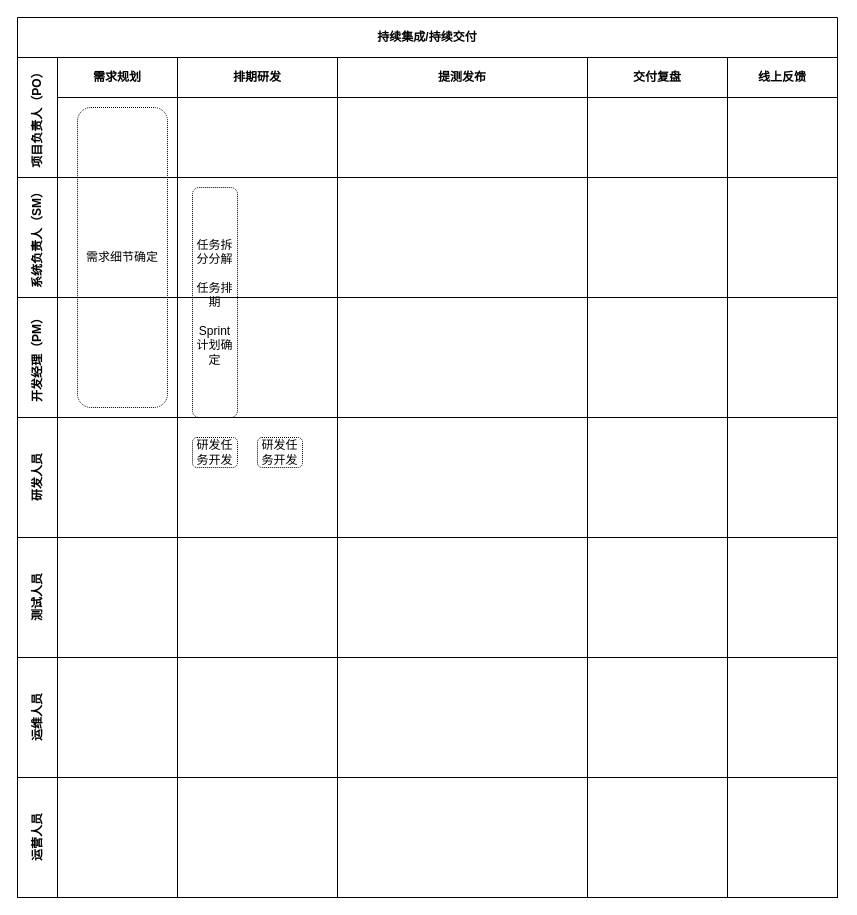
Earlier version of the draw.io diagram 持续集成交付过程.drawio (xinyimq/yixinwork). Source tidied: cells renumbered, new cells numbered last; positions are measured from the earlier drawing's top-left corner, leaving out a move shared by most shapes. Both pictures are drawn from the tidied source at 100%, with x=0, y=0 at pixel (17, 17).
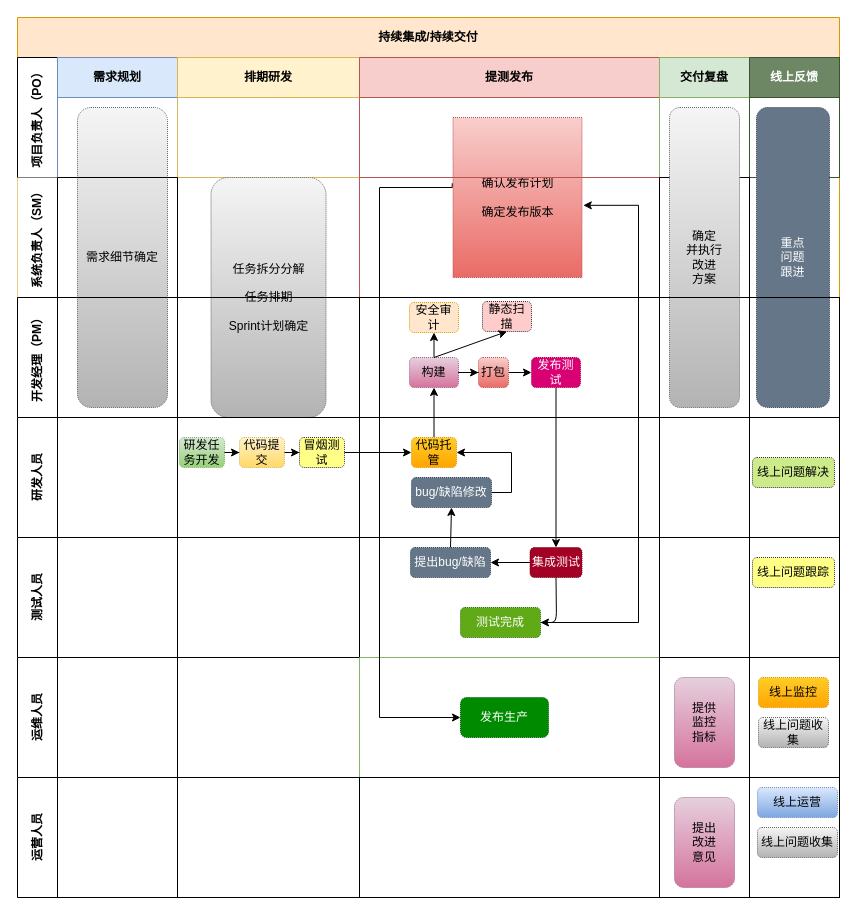
The same diagram, later.

Commit message (it also covers changes not shown here):
Update 持续集成交付过程.drawio

Change to the diagram source:
```diff
@@
-    <mxCell id="2" value="持续集成/持续交付" style="shape=table;childLayout=tableLayout;rowLines=0;columnLines=0;startSize=40;html=1;whiteSpace=wrap;fontStyle=1;align=center;" parent="1" vertex="1">
-      <mxGeometry width="820" height="880" as="geometry" />
+    <mxCell id="2" value="持续集成/持续交付" style="shape=table;childLayout=tableLayout;rowLines=0;columnLines=0;startSize=40;html=1;whiteSpace=wrap;fontStyle=1;align=center;fillColor=#ffe6cc;strokeColor=#d79b00;" parent="1" vertex="1">
+      <mxGeometry width="822" height="880" as="geometry" />
     </mxCell>
     <mxCell id="3" value="项目负责人（PO）" style="swimlane;horizontal=0;startSize=40;html=1;whiteSpace=wrap;fontStyle=1;" parent="2" vertex="1">
-      <mxGeometry y="40" width="820" height="120" as="geometry" />
+      <mxGeometry y="40" width="822" height="120" as="geometry" />
     </mxCell>
-    <mxCell id="4" value="需求规划" style="swimlane;startSize=40;html=1;whiteSpace=wrap;" parent="3" vertex="1">
+    <mxCell id="4" value="需求规划" style="swimlane;startSize=40;html=1;whiteSpace=wrap;fillColor=#dae8fc;strokeColor=#6c8ebf;" parent="3" vertex="1">
       <mxGeometry x="40" width="120" height="120" as="geometry" />
     </mxCell>
-    <mxCell id="5" value="需求细节确定" style="rounded=1;whiteSpace=wrap;html=1;dashed=1;dashPattern=1 1;align=center;" parent="4" vertex="1">
+    <mxCell id="5" value="需求细节确定" style="rounded=1;whiteSpace=wrap;html=1;dashed=1;dashPattern=1 1;align=center;fillColor=#f5f5f5;strokeColor=#666666;gradientColor=#b3b3b3;" parent="4" vertex="1">
       <mxGeometry x="20" y="50" width="90" height="300" as="geometry" />
     </mxCell>
-    <mxCell id="6" value="排期研发" style="swimlane;startSize=40;html=1;whiteSpace=wrap;" parent="3" vertex="1">
-      <mxGeometry x="160" width="160" height="120" as="geometry" />
+    <mxCell id="6" value="排期研发" style="swimlane;startSize=40;html=1;whiteSpace=wrap;fillColor=#fff2cc;strokeColor=#d6b656;" parent="3" vertex="1">
+      <mxGeometry x="160" width="182" height="120" as="geometry" />
     </mxCell>
-    <mxCell id="7" value="提测发布" style="swimlane;startSize=40;html=1;whiteSpace=wrap;" parent="3" vertex="1">
-      <mxGeometry x="320" width="250" height="120" as="geometry" />
+    <mxCell id="7" value="提测发布" style="swimlane;startSize=40;html=1;whiteSpace=wrap;fillColor=#f8cecc;strokeColor=#b85450;" parent="3" vertex="1">
+      <mxGeometry x="342" width="300" height="120" as="geometry" />
     </mxCell>
+    <mxCell id="49" value="确认发布计划&lt;br&gt;&lt;br&gt;确定发布版本" style="rounded=0;whiteSpace=wrap;html=1;glass=0;dashed=1;dashPattern=1 1;strokeColor=#b85450;fillColor=#f8cecc;gradientColor=#ea6b66;" parent="7" vertex="1">
+      <mxGeometry x="93.5" y="60" width="129" height="160" as="geometry" />
+    </mxCell>
-    <mxCell id="8" value="交付复盘" style="swimlane;startSize=40;html=1;whiteSpace=wrap;" parent="3" vertex="1">
-      <mxGeometry x="570" width="140" height="120" as="geometry" />
+    <mxCell id="8" value="交付复盘" style="swimlane;startSize=40;html=1;whiteSpace=wrap;fillColor=#d5e8d4;strokeColor=#82b366;" parent="3" vertex="1">
+      <mxGeometry x="642" width="90" height="120" as="geometry" />
     </mxCell>
-    <mxCell id="9" value="线上反馈" style="swimlane;startSize=40;html=1;whiteSpace=wrap;" parent="3" vertex="1">
-      <mxGeometry x="710" width="110" height="120" as="geometry" />
+    <mxCell id="9" value="线上反馈" style="swimlane;startSize=40;html=1;whiteSpace=wrap;fillColor=#6d8764;strokeColor=#3A5431;fontColor=#ffffff;" parent="3" vertex="1">
+      <mxGeometry x="732" width="90" height="120" as="geometry" />
     </mxCell>
-    <mxCell id="10" value="系统负责人（SM）" style="swimlane;horizontal=0;startSize=40;html=1;whiteSpace=wrap;" parent="2" vertex="1">
-      <mxGeometry y="160" width="820" height="120" as="geometry" />
+    <mxCell id="10" value="系统负责人（SM）" style="swimlane;horizontal=0;startSize=40;html=1;whiteSpace=wrap;strokeColor=none;" parent="2" vertex="1">
+      <mxGeometry y="160" width="822" height="120" as="geometry" />
     </mxCell>
@@
     <mxCell id="12" style="swimlane;startSize=0;html=1;whiteSpace=wrap;strokeColor=none;" parent="10" vertex="1">
-      <mxGeometry x="160" width="160" height="120" as="geometry" />
+      <mxGeometry x="160" width="182" height="120" as="geometry" />
     </mxCell>
-    <mxCell id="13" value="任务拆分分解&lt;br&gt;&lt;br&gt;任务排期&lt;br&gt;&lt;br&gt;Sprint计划确定" style="rounded=1;whiteSpace=wrap;html=1;dashed=1;dashPattern=1 1;align=center;" parent="12" vertex="1">
-      <mxGeometry x="15" y="10" width="45" height="230" as="geometry" />
+    <mxCell id="13" value="任务拆分分解&lt;br&gt;&lt;br&gt;任务排期&lt;br&gt;&lt;br&gt;Sprint计划确定" style="rounded=1;whiteSpace=wrap;html=1;dashed=1;dashPattern=1 1;align=center;gradientColor=#b3b3b3;fillColor=#f5f5f5;strokeColor=#666666;" parent="12" vertex="1">
+      <mxGeometry x="33.5" width="115" height="240" as="geometry" />
     </mxCell>
-    <mxCell id="14" style="swimlane;startSize=0;html=1;whiteSpace=wrap;" parent="10" vertex="1">
-      <mxGeometry x="320" width="250" height="120" as="geometry" />
+    <mxCell id="14" style="swimlane;startSize=0;html=1;whiteSpace=wrap;gradientColor=#ea6b66;gradientDirection=north;fillColor=#f8cecc;strokeColor=#b85450;" parent="10" vertex="1">
+      <mxGeometry x="342" width="300" height="120" as="geometry" />
     </mxCell>
     <mxCell id="15" style="swimlane;startSize=0;html=1;whiteSpace=wrap;" parent="10" vertex="1">
-      <mxGeometry x="570" width="140" height="120" as="geometry" />
+      <mxGeometry x="642" width="90" height="120" as="geometry" />
     </mxCell>
+    <mxCell id="50" value="确定&lt;br&gt;并执行&lt;br&gt;改进&lt;br&gt;方案" style="rounded=1;whiteSpace=wrap;html=1;dashed=1;dashPattern=1 1;align=center;fillColor=#f5f5f5;strokeColor=#666666;gradientColor=#b3b3b3;" parent="15" vertex="1">
+      <mxGeometry x="10" y="-70" width="70" height="300" as="geometry" />
+    </mxCell>
     <mxCell id="16" style="swimlane;startSize=0;html=1;whiteSpace=wrap;strokeColor=none;" parent="10" vertex="1">
-      <mxGeometry x="710" width="110" height="120" as="geometry" />
+      <mxGeometry x="732" width="90" height="120" as="geometry" />
     </mxCell>
+    <mxCell id="51" value="重点&lt;br&gt;问题&lt;br&gt;跟进" style="rounded=1;whiteSpace=wrap;html=1;dashed=1;dashPattern=1 1;align=center;fillColor=#647687;strokeColor=#314354;fontColor=#ffffff;" parent="16" vertex="1">
+      <mxGeometry x="7" y="-70" width="73" height="300" as="geometry" />
+    </mxCell>
+    <mxCell id="52" style="edgeStyle=orthogonalEdgeStyle;rounded=0;jettySize=auto;html=1;entryX=0.5;entryY=1;entryDx=0;entryDy=0;" parent="2" edge="1" source="69" target="56">
+      <mxGeometry relative="1" as="geometry" />
+    </mxCell>
+    <mxCell id="53" style="edgeStyle=orthogonalEdgeStyle;rounded=0;jettySize=auto;html=1;" parent="2" edge="1" source="65" target="75">
+      <mxGeometry relative="1" as="geometry" />
+    </mxCell>
+    <mxCell id="54" style="endArrow=classic;html=1;exitX=0.5;exitY=0;exitDx=0;exitDy=0;entryX=0.5;entryY=1;entryDx=0;entryDy=0;" parent="2" edge="1" source="76" target="71">
+      <mxGeometry relative="1" as="geometry" />
+    </mxCell>
+    <mxCell id="55" style="edgeStyle=orthogonalEdgeStyle;rounded=0;jettySize=auto;html=1;exitX=1;exitY=0.5;exitDx=0;exitDy=0;entryX=1.01;entryY=0.549;entryDx=0;entryDy=0;entryPerimeter=0;" parent="2" edge="1" source="77" target="49">
+      <mxGeometry relative="1" as="geometry">
+        <Array as="points">
+          <mxPoint x="621" y="605" />
+          <mxPoint x="621" y="188" />
+        </Array>
+      </mxGeometry>
+    </mxCell>
     <mxCell id="17" value="开发经理（PM）" style="swimlane;horizontal=0;startSize=40;html=1;whiteSpace=wrap;" parent="2" vertex="1">
-      <mxGeometry y="280" width="820" height="120" as="geometry" />
+      <mxGeometry y="280" width="822" height="120" as="geometry" />
     </mxCell>
@@
     <mxCell id="19" style="swimlane;startSize=0;html=1;whiteSpace=wrap;swimlaneFillColor=none;gradientDirection=south;gradientColor=#FFFFFF;glass=0;strokeColor=none;rounded=0;horizontal=1;separatorColor=#FFFFFF;noLabel=0;direction=south;" parent="17" vertex="1">
-      <mxGeometry x="160" width="160" height="120" as="geometry" />
+      <mxGeometry x="160" width="182" height="120" as="geometry" />
     </mxCell>
     <mxCell id="20" style="swimlane;startSize=0;html=1;whiteSpace=wrap;" parent="17" vertex="1">
-      <mxGeometry x="320" width="250" height="120" as="geometry" />
+      <mxGeometry x="342" width="300" height="120" as="geometry" />
     </mxCell>
+    <mxCell id="56" value="构建" style="rounded=1;whiteSpace=wrap;html=1;glass=0;dashed=1;dashPattern=1 1;strokeColor=#996185;fillColor=#e6d0de;gradientColor=#d5739d;" parent="20" vertex="1">
+      <mxGeometry x="50" y="60" width="49" height="30" as="geometry" />
+    </mxCell>
+    <mxCell id="57" style="edgeStyle=orthogonalEdgeStyle;rounded=0;jettySize=auto;html=1;exitX=1;exitY=0.5;exitDx=0;exitDy=0;entryX=0;entryY=0.5;entryDx=0;entryDy=0;" parent="20" edge="1" source="58" target="65">
+      <mxGeometry relative="1" as="geometry" />
+    </mxCell>
+    <mxCell id="58" value="打包" style="rounded=1;whiteSpace=wrap;html=1;glass=0;dashed=1;dashPattern=1 1;strokeColor=#b85450;fillColor=#f8cecc;gradientColor=#ea6b66;" parent="20" vertex="1">
+      <mxGeometry x="119" y="60" width="30" height="30" as="geometry" />
+    </mxCell>
+    <mxCell id="59" style="edgeStyle=orthogonalEdgeStyle;rounded=0;jettySize=auto;html=1;" parent="20" edge="1" source="56" target="58">
+      <mxGeometry relative="1" as="geometry" />
+    </mxCell>
+    <mxCell id="60" style="edgeStyle=orthogonalEdgeStyle;rounded=0;orthogonalLoop=1;jettySize=auto;html=1;exitX=0.5;exitY=1;exitDx=0;exitDy=0;" parent="20" edge="1" source="58" target="58">
+      <mxGeometry relative="1" as="geometry" />
+    </mxCell>
+    <mxCell id="61" value="安全审计" style="rounded=1;whiteSpace=wrap;html=1;glass=0;dashed=1;dashPattern=1 1;strokeColor=#d79b00;fillColor=#ffe6cc;" parent="20" vertex="1">
+      <mxGeometry x="50" y="5" width="49" height="30" as="geometry" />
+    </mxCell>
+    <mxCell id="62" value="静态扫描" style="rounded=1;whiteSpace=wrap;html=1;glass=0;dashed=1;dashPattern=1 1;strokeColor=#36393d;fillColor=#ffcccc;" parent="20" vertex="1">
+      <mxGeometry x="123" y="4" width="49" height="30" as="geometry" />
+    </mxCell>
+    <mxCell id="63" style="endArrow=classic;html=1;exitX=0.5;exitY=0;exitDx=0;exitDy=0;entryX=0.5;entryY=1;entryDx=0;entryDy=0;" parent="20" edge="1" source="56" target="61">
+      <mxGeometry relative="1" as="geometry" />
+    </mxCell>
+    <mxCell id="64" style="endArrow=classic;html=1;exitX=0.5;exitY=0;exitDx=0;exitDy=0;entryX=0.5;entryY=1;entryDx=0;entryDy=0;" parent="20" edge="1" source="56" target="62">
+      <mxGeometry relative="1" as="geometry" />
+    </mxCell>
+    <mxCell id="65" value="发布测试" style="rounded=1;whiteSpace=wrap;html=1;glass=0;dashed=1;dashPattern=1 1;strokeColor=#A50040;fillColor=#d80073;fontColor=#ffffff;" parent="20" vertex="1">
+      <mxGeometry x="172" y="60" width="49" height="30" as="geometry" />
+    </mxCell>
     <mxCell id="21" style="swimlane;startSize=0;html=1;whiteSpace=wrap;" parent="17" vertex="1">
-      <mxGeometry x="570" width="140" height="120" as="geometry" />
+      <mxGeometry x="642" width="90" height="120" as="geometry" />
     </mxCell>
     <mxCell id="22" style="swimlane;startSize=0;html=1;whiteSpace=wrap;" parent="17" vertex="1">
-      <mxGeometry x="710" width="110" height="120" as="geometry" />
+      <mxGeometry x="732" width="90" height="120" as="geometry" />
     </mxCell>
     <mxCell id="23" value="研发人员" style="swimlane;horizontal=0;startSize=40;html=1;whiteSpace=wrap;" parent="2" vertex="1">
-      <mxGeometry y="400" width="820" height="120" as="geometry" />
+      <mxGeometry y="400" width="822" height="120" as="geometry" />
     </mxCell>
@@
     <mxCell id="25" style="swimlane;startSize=0;html=1;whiteSpace=wrap;" parent="23" vertex="1">
-      <mxGeometry x="160" width="160" height="120" as="geometry" />
+      <mxGeometry x="160" width="182" height="120" as="geometry" />
     </mxCell>
+    <mxCell id="66" style="edgeStyle=orthogonalEdgeStyle;rounded=0;jettySize=auto;html=1;" parent="25" edge="1" source="26" target="27">
+      <mxGeometry relative="1" as="geometry" />
+    </mxCell>
-    <mxCell id="26" value="研发任务开发" style="rounded=1;whiteSpace=wrap;html=1;dashed=1;dashPattern=1 1;strokeColor=#000000;" parent="25" vertex="1">
-      <mxGeometry x="15" y="20" width="45" height="30" as="geometry" />
+    <mxCell id="26" value="研发任务开发" style="rounded=1;whiteSpace=wrap;html=1;dashed=1;dashPattern=1 1;strokeColor=#82b366;gradientColor=#97d077;fillColor=#d5e8d4;" parent="25" vertex="1">
+      <mxGeometry x="2" y="20" width="45" height="30" as="geometry" />
     </mxCell>
+    <mxCell id="67" style="edgeStyle=orthogonalEdgeStyle;rounded=0;jettySize=auto;html=1;entryX=0;entryY=0.5;entryDx=0;entryDy=0;" parent="25" edge="1" source="27" target="68">
+      <mxGeometry relative="1" as="geometry" />
+    </mxCell>
-    <mxCell id="27" value="研发任务开发" style="rounded=1;whiteSpace=wrap;html=1;dashed=1;dashPattern=1 1;strokeColor=#000000;" parent="25" vertex="1">
-      <mxGeometry x="80" y="20" width="45" height="30" as="geometry" />
+    <mxCell id="27" value="代码提交" style="rounded=1;whiteSpace=wrap;html=1;dashed=1;dashPattern=1 1;strokeColor=#d6b656;gradientColor=#ffd966;fillColor=#fff2cc;" parent="25" vertex="1">
+      <mxGeometry x="62" y="20" width="45" height="30" as="geometry" />
     </mxCell>
+    <mxCell id="68" value="冒烟测试" style="rounded=1;whiteSpace=wrap;html=1;dashed=1;dashPattern=1 1;strokeColor=#36393d;fillColor=#ffff88;" parent="25" vertex="1">
+      <mxGeometry x="122" y="20" width="45" height="30" as="geometry" />
+    </mxCell>
     <mxCell id="28" style="swimlane;startSize=0;html=1;whiteSpace=wrap;" parent="23" vertex="1">
-      <mxGeometry x="320" width="250" height="120" as="geometry" />
+      <mxGeometry x="342" width="300" height="120" as="geometry" />
     </mxCell>
+    <mxCell id="69" value="代码托管" style="rounded=1;whiteSpace=wrap;html=1;dashed=1;dashPattern=1 1;strokeColor=#d79b00;gradientColor=#ffa500;fillColor=#ffcd28;" parent="28" vertex="1">
+      <mxGeometry x="52" y="20" width="45" height="30" as="geometry" />
+    </mxCell>
+    <mxCell id="70" style="edgeStyle=orthogonalEdgeStyle;rounded=0;jettySize=auto;html=1;entryX=1;entryY=0.5;entryDx=0;entryDy=0;exitX=1;exitY=0.5;exitDx=0;exitDy=0;" parent="28" edge="1" source="71" target="69">
+      <mxGeometry relative="1" as="geometry" />
+    </mxCell>
+    <mxCell id="71" value="bug/缺陷修改" style="rounded=1;whiteSpace=wrap;html=1;glass=0;dashed=1;dashPattern=1 1;strokeColor=#314354;fillColor=#647687;fontColor=#ffffff;" parent="28" vertex="1">
+      <mxGeometry x="52" y="60" width="80" height="30" as="geometry" />
+    </mxCell>
     <mxCell id="29" style="swimlane;startSize=0;html=1;whiteSpace=wrap;" parent="23" vertex="1">
-      <mxGeometry x="570" width="140" height="120" as="geometry" />
+      <mxGeometry x="642" width="90" height="120" as="geometry" />
     </mxCell>
     <mxCell id="30" style="swimlane;startSize=0;html=1;whiteSpace=wrap;" parent="23" vertex="1">
-      <mxGeometry x="710" width="110" height="120" as="geometry" />
+      <mxGeometry x="732" width="90" height="120" as="geometry" />
     </mxCell>
+    <mxCell id="72" value="线上问题解决" style="rounded=1;whiteSpace=wrap;html=1;glass=0;dashed=1;dashPattern=1 1;strokeColor=#36393d;fillColor=#cdeb8b;" parent="30" vertex="1">
+      <mxGeometry x="3" y="40" width="82" height="30" as="geometry" />
+    </mxCell>
+    <mxCell id="73" style="edgeStyle=orthogonalEdgeStyle;rounded=0;jettySize=auto;html=1;exitX=1;exitY=0.5;exitDx=0;exitDy=0;entryX=0;entryY=0.5;entryDx=0;entryDy=0;" parent="23" edge="1" source="68" target="69">
+      <mxGeometry relative="1" as="geometry" />
+    </mxCell>
     <mxCell id="31" value="测试人员" style="swimlane;horizontal=0;startSize=40;html=1;whiteSpace=wrap;" parent="2" vertex="1">
-      <mxGeometry y="520" width="820" height="120" as="geometry" />
+      <mxGeometry y="520" width="822" height="120" as="geometry" />
     </mxCell>
@@
     <mxCell id="33" style="swimlane;startSize=0;html=1;whiteSpace=wrap;" parent="31" vertex="1">
-      <mxGeometry x="160" width="160" height="120" as="geometry" />
+      <mxGeometry x="160" width="182" height="120" as="geometry" />
     </mxCell>
     <mxCell id="34" style="swimlane;startSize=0;html=1;whiteSpace=wrap;" parent="31" vertex="1">
-      <mxGeometry x="320" width="250" height="120" as="geometry" />
+      <mxGeometry x="342" width="300" height="120" as="geometry" />
     </mxCell>
+    <mxCell id="74" style="edgeStyle=orthogonalEdgeStyle;rounded=0;jettySize=auto;html=1;entryX=1;entryY=0.5;entryDx=0;entryDy=0;" parent="34" edge="1" source="75" target="76">
+      <mxGeometry relative="1" as="geometry" />
+    </mxCell>
+    <mxCell id="75" value="集成测试" style="rounded=1;whiteSpace=wrap;html=1;glass=0;dashed=1;dashPattern=1 1;strokeColor=#6F0000;fillColor=#a20025;fontColor=#ffffff;" parent="34" vertex="1">
+      <mxGeometry x="170.5" y="10" width="52" height="30" as="geometry" />
+    </mxCell>
+    <mxCell id="76" value="提出bug/缺陷" style="rounded=1;whiteSpace=wrap;html=1;glass=0;dashed=1;dashPattern=1 1;strokeColor=#314354;fillColor=#647687;fontColor=#ffffff;" parent="34" vertex="1">
+      <mxGeometry x="51" y="10" width="80" height="30" as="geometry" />
+    </mxCell>
+    <mxCell id="77" value="测试完成" style="rounded=1;whiteSpace=wrap;html=1;glass=0;dashed=1;dashPattern=1 1;strokeColor=#2D7600;fillColor=#60a917;fontColor=#ffffff;" parent="34" vertex="1">
+      <mxGeometry x="101" y="70" width="80" height="30" as="geometry" />
+    </mxCell>
+    <mxCell id="78" style="endArrow=classic;html=1;exitX=0.5;exitY=1;exitDx=0;exitDy=0;entryX=1;entryY=0.5;entryDx=0;entryDy=0;" parent="34" edge="1" source="75" target="77">
+      <mxGeometry relative="1" as="geometry">
+        <Array as="points">
+          <mxPoint x="197" y="85" />
+        </Array>
+      </mxGeometry>
+    </mxCell>
     <mxCell id="35" style="swimlane;startSize=0;html=1;whiteSpace=wrap;" parent="31" vertex="1">
-      <mxGeometry x="570" width="140" height="120" as="geometry" />
+      <mxGeometry x="642" width="90" height="120" as="geometry" />
     </mxCell>
     <mxCell id="36" style="swimlane;startSize=0;html=1;whiteSpace=wrap;" parent="31" vertex="1">
-      <mxGeometry x="710" width="110" height="120" as="geometry" />
+      <mxGeometry x="732" width="90" height="120" as="geometry" />
     </mxCell>
+    <mxCell id="79" value="线上问题跟踪" style="rounded=1;whiteSpace=wrap;html=1;glass=0;dashed=1;dashPattern=1 1;strokeColor=#36393d;fillColor=#ffff88;" parent="36" vertex="1">
+      <mxGeometry x="3" y="20" width="82" height="30" as="geometry" />
+    </mxCell>
     <mxCell id="37" value="运维人员" style="swimlane;horizontal=0;startSize=40;html=1;whiteSpace=wrap;" parent="2" vertex="1">
-      <mxGeometry y="640" width="820" height="120" as="geometry" />
+      <mxGeometry y="640" width="822" height="120" as="geometry" />
     </mxCell>
@@
     <mxCell id="39" style="swimlane;startSize=0;html=1;whiteSpace=wrap;" parent="37" vertex="1">
-      <mxGeometry x="160" width="160" height="120" as="geometry" />
+      <mxGeometry x="160" width="182" height="120" as="geometry" />
     </mxCell>
-    <mxCell id="40" style="swimlane;startSize=0;html=1;whiteSpace=wrap;" parent="37" vertex="1">
-      <mxGeometry x="320" width="250" height="120" as="geometry" />
+    <mxCell id="40" style="swimlane;startSize=0;html=1;whiteSpace=wrap;gradientColor=#97d077;fillColor=#d5e8d4;strokeColor=#82b366;" parent="37" vertex="1">
+      <mxGeometry x="342" width="300" height="120" as="geometry" />
     </mxCell>
+    <mxCell id="80" value="发布生产" style="rounded=1;whiteSpace=wrap;html=1;glass=0;dashed=1;dashPattern=1 1;strokeColor=#005700;fillColor=#008a00;fontColor=#ffffff;" parent="40" vertex="1">
+      <mxGeometry x="101" y="40" width="88" height="40" as="geometry" />
+    </mxCell>
     <mxCell id="41" style="swimlane;startSize=0;html=1;whiteSpace=wrap;" parent="37" vertex="1">
-      <mxGeometry x="570" width="140" height="120" as="geometry" />
+      <mxGeometry x="642" width="90" height="120" as="geometry" />
     </mxCell>
+    <mxCell id="81" value="提供&lt;br&gt;监控&lt;br&gt;指标" style="rounded=1;whiteSpace=wrap;html=1;glass=0;dashed=1;dashPattern=1 1;strokeColor=#996185;fillColor=#e6d0de;gradientColor=#d5739d;" parent="41" vertex="1">
+      <mxGeometry x="15" y="20" width="60" height="90" as="geometry" />
+    </mxCell>
     <mxCell id="42" style="swimlane;startSize=0;html=1;whiteSpace=wrap;" parent="37" vertex="1">
-      <mxGeometry x="710" width="110" height="120" as="geometry" />
+      <mxGeometry x="732" width="90" height="120" as="geometry" />
     </mxCell>
+    <mxCell id="82" value="线上监控" style="rounded=1;whiteSpace=wrap;html=1;glass=0;dashed=1;dashPattern=1 1;strokeColor=#d79b00;fillColor=#ffcd28;gradientColor=#ffa500;" parent="42" vertex="1">
+      <mxGeometry x="9" y="20" width="70" height="30" as="geometry" />
+    </mxCell>
+    <mxCell id="83" value="线上问题收集" style="rounded=1;whiteSpace=wrap;html=1;glass=0;dashed=1;dashPattern=1 1;strokeColor=#666666;fillColor=#f5f5f5;gradientColor=#b3b3b3;" parent="42" vertex="1">
+      <mxGeometry x="9" y="60" width="70" height="30" as="geometry" />
+    </mxCell>
     <mxCell id="43" value="运营人员" style="swimlane;horizontal=0;startSize=40;html=1;whiteSpace=wrap;" parent="2" vertex="1">
-      <mxGeometry y="760" width="820" height="120" as="geometry" />
+      <mxGeometry y="760" width="822" height="120" as="geometry" />
     </mxCell>
@@
     <mxCell id="45" style="swimlane;startSize=0;html=1;whiteSpace=wrap;" parent="43" vertex="1">
-      <mxGeometry x="160" width="160" height="120" as="geometry" />
+      <mxGeometry x="160" width="182" height="120" as="geometry" />
     </mxCell>
     <mxCell id="46" style="swimlane;startSize=0;html=1;whiteSpace=wrap;" parent="43" vertex="1">
-      <mxGeometry x="320" width="250" height="120" as="geometry" />
+      <mxGeometry x="342" width="300" height="120" as="geometry" />
     </mxCell>
     <mxCell id="47" style="swimlane;startSize=0;html=1;whiteSpace=wrap;" parent="43" vertex="1">
-      <mxGeometry x="570" width="140" height="120" as="geometry" />
+      <mxGeometry x="642" width="90" height="120" as="geometry" />
     </mxCell>
+    <mxCell id="84" value="提出&lt;br&gt;改进&lt;br&gt;意见" style="rounded=1;whiteSpace=wrap;html=1;glass=0;dashed=1;dashPattern=1 1;strokeColor=#996185;fillColor=#e6d0de;gradientColor=#d5739d;" parent="47" vertex="1">
+      <mxGeometry x="15" y="20" width="60" height="90" as="geometry" />
+    </mxCell>
     <mxCell id="48" style="swimlane;startSize=0;html=1;whiteSpace=wrap;" parent="43" vertex="1">
-      <mxGeometry x="710" width="110" height="120" as="geometry" />
+      <mxGeometry x="732" width="90" height="120" as="geometry" />
     </mxCell>
+    <mxCell id="85" value="线上运营" style="rounded=1;whiteSpace=wrap;html=1;glass=0;dashed=1;dashPattern=1 1;strokeColor=#6c8ebf;fillColor=#dae8fc;gradientColor=#7ea6e0;" parent="48" vertex="1">
+      <mxGeometry x="8" y="10" width="80" height="30" as="geometry" />
+    </mxCell>
+    <mxCell id="86" value="线上问题收集" style="rounded=1;whiteSpace=wrap;html=1;glass=0;dashed=1;dashPattern=1 1;strokeColor=#666666;fillColor=#f5f5f5;gradientColor=#b3b3b3;" parent="48" vertex="1">
+      <mxGeometry x="8" y="50" width="80" height="30" as="geometry" />
+    </mxCell>
+    <mxCell id="87" style="edgeStyle=orthogonalEdgeStyle;rounded=0;jettySize=auto;html=1;entryX=0;entryY=0.5;entryDx=0;entryDy=0;exitX=-0.006;exitY=0.411;exitDx=0;exitDy=0;exitPerimeter=0;" parent="2" edge="1" source="49" target="80">
+      <mxGeometry relative="1" as="geometry">
+        <Array as="points">
+          <mxPoint x="435" y="170" />
+          <mxPoint x="362" y="170" />
+          <mxPoint x="362" y="700" />
+        </Array>
+      </mxGeometry>
+    </mxCell>
```
